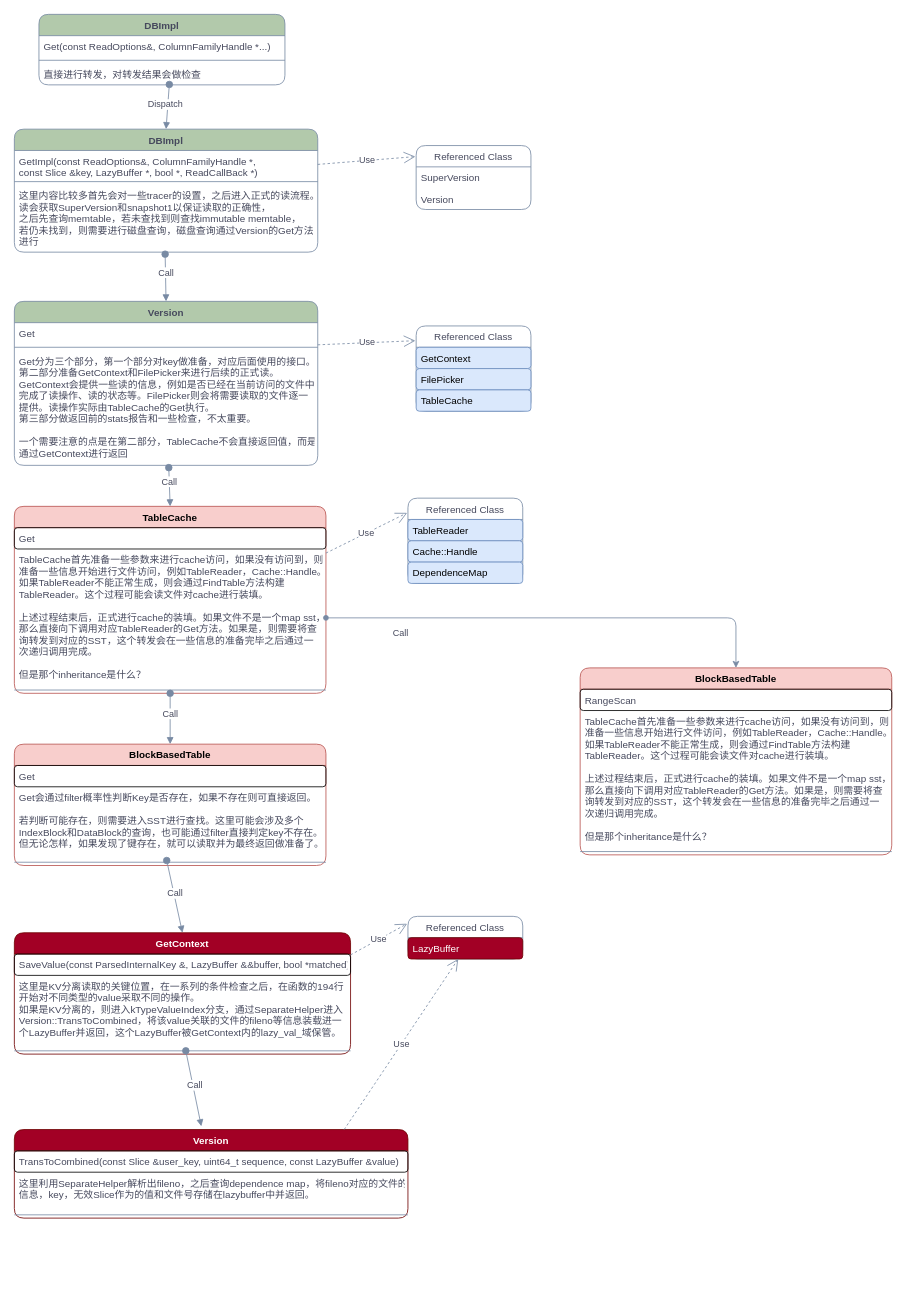
Earlier version of the draw.io diagram page "Page-1" (1 of 2) of terarkDB.drawio (Dicridon/drawio). Source tidied: cells renumbered, new cells numbered last; positions are measured from the earlier drawing's top-left corner, leaving out a move shared by most shapes. Both pictures are drawn from the tidied source at 82%, with x=0, y=0 at pixel (14, 14).
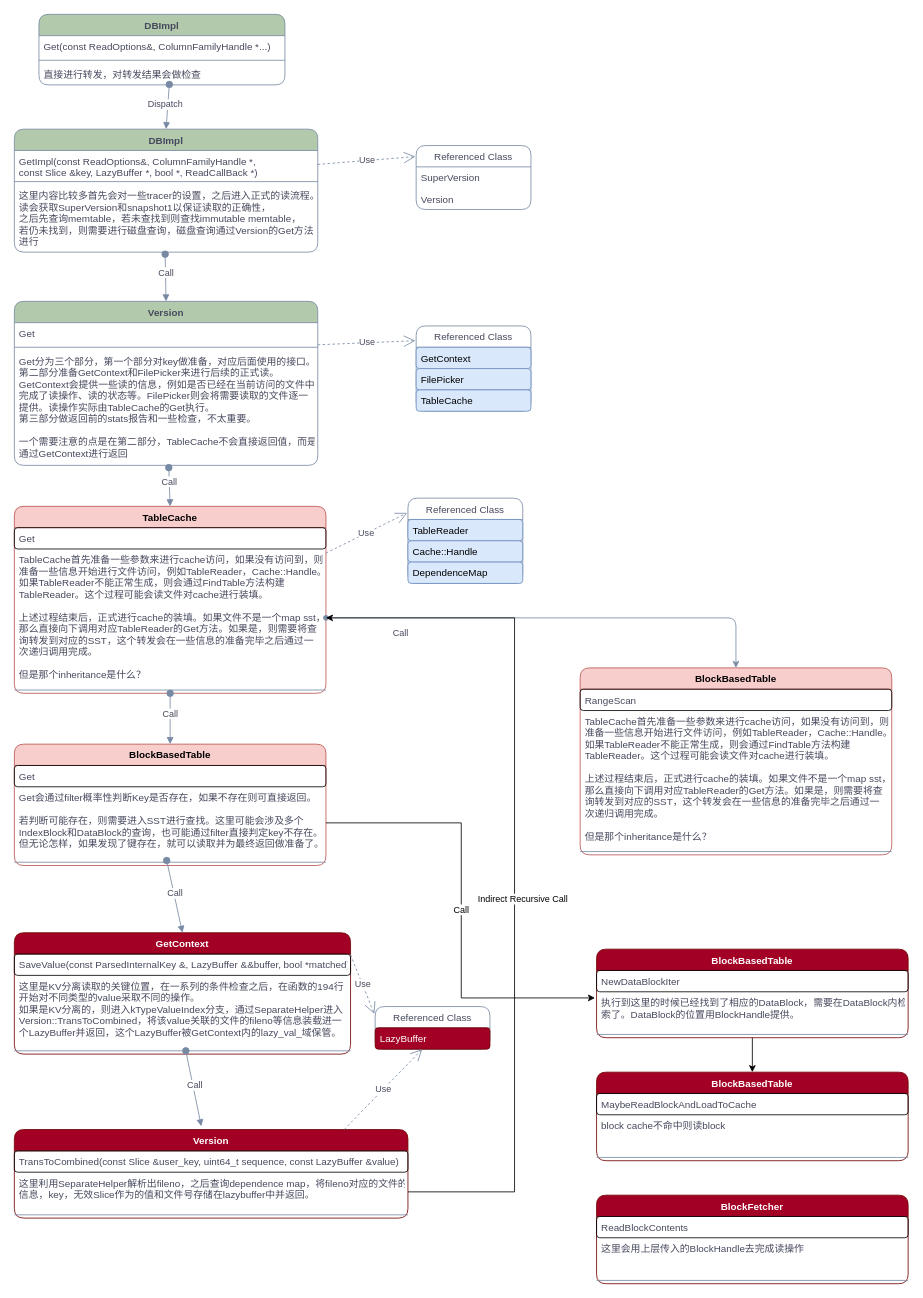
The same diagram, later.

Commit message:
完整的读流程找到了

The change refers to these unchanged cells:
```xml
<mxCell id="27" value="TableCache首先准备一些参数来进行cache访问，如果没有访问到，则&#10;准备一些信息开始进行文件访问，例如TableReader，Cache::Handle。&#10;如果TableReader不能正常生成，则会通过FindTable方法构建&#10;TableReader。这个过程可能会读文件对cache进行装填。&#10;&#10;上述过程结束后，正式进行cache的装填。如果文件不是一个map sst，&#10;那么直接向下调用对应TableReader的Get方法。如果是，则需要将查&#10;询转发到对应的SST，这个转发会在一些信息的准备完毕之后通过一&#10;次递归调用完成。&#10;&#10;但是那个inheritance是什么？" style="text;strokeColor=none;fillColor=none;align=left;verticalAlign=top;spacingLeft=4;spacingRight=4;overflow=hidden;points=[[0,0.5],[1,0.5]];portConstraint=eastwest;fontColor=#46495D;rounded=1;" parent="25" vertex="1">
  <mxGeometry y="52" width="380" height="168" as="geometry" />
</mxCell>
<mxCell id="40" value="Get会通过filter概率性判断Key是否存在，如果不存在则可直接返回。&#10;&#10;若判断可能存在，则需要进入SST进行查找。这里可能会涉及多个&#10;IndexBlock和DataBlock的查询，也可能通过filter直接判定key不存在。&#10;但无论怎样，如果发现了键存在，就可以读取并为最终返回做准备了。" style="text;strokeColor=none;fillColor=none;align=left;verticalAlign=top;spacingLeft=4;spacingRight=4;overflow=hidden;points=[[0,0.5],[1,0.5]];portConstraint=eastwest;fontColor=#46495D;rounded=1;" parent="38" vertex="1">
  <mxGeometry y="52" width="380" height="88" as="geometry" />
</mxCell>
<mxCell id="56" value="这里利用SeparateHelper解析出fileno，之后查询dependence map，将fileno对应的文件的&#10;信息，key，无效Slice作为的值和文件号存储在lazybuffer中并返回。" style="text;strokeColor=none;fillColor=none;align=left;verticalAlign=top;spacingLeft=4;spacingRight=4;overflow=hidden;points=[[0,0.5],[1,0.5]];portConstraint=eastwest;fontColor=#46495D;rounded=1;" parent="54" vertex="1">
  <mxGeometry y="52" width="480" height="48" as="geometry" />
</mxCell>
```

What changed in the source:
```diff
@@
     <mxCell id="51" value="Referenced Class" style="swimlane;fontStyle=0;horizontal=1;startSize=26;fillColor=none;strokeColor=#788AA3;fontColor=#46495D;rounded=1;" parent="1" vertex="1">
-      <mxGeometry x="480" y="1100" width="140" height="52" as="geometry" />
+      <mxGeometry x="440" y="1210" width="140" height="52" as="geometry" />
     </mxCell>
@@
+    <mxCell id="60" value="Indirect Recursive Call" style="edgeStyle=orthogonalEdgeStyle;rounded=0;jettySize=auto;html=1;exitX=1;exitY=0.5;exitDx=0;exitDy=0;entryX=1;entryY=0.5;entryDx=0;entryDy=0;" parent="1" edge="1" source="56" target="27">
+      <mxGeometry x="-0.08" y="-10" relative="1" as="geometry">
+        <Array as="points">
+          <mxPoint x="610" y="1436" />
+          <mxPoint x="610" y="736" />
+        </Array>
+        <mxPoint y="1" as="offset" />
+      </mxGeometry>
+    </mxCell>
+    <mxCell id="61" style="edgeStyle=orthogonalEdgeStyle;rounded=0;jettySize=auto;html=1;exitX=0.5;exitY=1;exitDx=0;exitDy=0;entryX=0.5;entryY=0;entryDx=0;entryDy=0;" parent="1" edge="1" source="62" target="67">
+      <mxGeometry relative="1" as="geometry" />
+    </mxCell>
+    <mxCell id="62" value="BlockBasedTable" style="swimlane;fontStyle=1;align=center;verticalAlign=top;horizontal=1;startSize=26;fillColor=#a20025;strokeColor=#6F0000;rounded=1;fontColor=#ffffff;" parent="1" vertex="1">
+      <mxGeometry x="710" y="1140" width="380" height="108" as="geometry" />
+    </mxCell>
+    <mxCell id="63" value="NewDataBlockIter" style="text;strokeColor=default;fillColor=none;align=left;verticalAlign=top;spacingLeft=4;spacingRight=4;overflow=hidden;fontColor=#46495D;rounded=1;" parent="62" vertex="1">
+      <mxGeometry y="26" width="380" height="26" as="geometry" />
+    </mxCell>
+    <mxCell id="64" value="执行到这里的时候已经找到了相应的DataBlock，需要在DataBlock内检&#10;索了。DataBlock的位置用BlockHandle提供。" style="text;strokeColor=none;fillColor=none;align=left;verticalAlign=top;spacingLeft=4;spacingRight=4;overflow=hidden;points=[[0,0.5],[1,0.5]];portConstraint=eastwest;fontColor=#46495D;rounded=1;" parent="62" vertex="1">
+      <mxGeometry y="52" width="380" height="48" as="geometry" />
+    </mxCell>
+    <mxCell id="65" style="line;strokeWidth=1;fillColor=none;align=left;verticalAlign=middle;spacingTop=-1;spacingLeft=3;spacingRight=3;labelPosition=right;strokeColor=#788AA3;fontColor=#46495D;rounded=1;" parent="62" vertex="1">
+      <mxGeometry y="100" width="380" height="8" as="geometry" />
+    </mxCell>
+    <mxCell id="66" value="Call" style="edgeStyle=orthogonalEdgeStyle;rounded=0;jettySize=auto;html=1;exitX=1;exitY=0.5;exitDx=0;exitDy=0;entryX=-0.005;entryY=0.156;entryDx=0;entryDy=0;entryPerimeter=0;" parent="1" edge="1" source="40" target="64">
+      <mxGeometry relative="1" as="geometry" />
+    </mxCell>
+    <mxCell id="67" value="BlockBasedTable" style="swimlane;fontStyle=1;align=center;verticalAlign=top;horizontal=1;startSize=26;fillColor=#a20025;strokeColor=#6F0000;rounded=1;fontColor=#ffffff;" parent="1" vertex="1">
+      <mxGeometry x="710" y="1290" width="380" height="108" as="geometry" />
+    </mxCell>
+    <mxCell id="68" value="MaybeReadBlockAndLoadToCache" style="text;strokeColor=default;fillColor=none;align=left;verticalAlign=top;spacingLeft=4;spacingRight=4;overflow=hidden;fontColor=#46495D;rounded=1;" parent="67" vertex="1">
+      <mxGeometry y="26" width="380" height="26" as="geometry" />
+    </mxCell>
+    <mxCell id="69" value="block cache不命中则读block" style="text;strokeColor=none;fillColor=none;align=left;verticalAlign=top;spacingLeft=4;spacingRight=4;overflow=hidden;fontColor=#46495D;rounded=1;" parent="67" vertex="1">
+      <mxGeometry y="52" width="380" height="48" as="geometry" />
+    </mxCell>
+    <mxCell id="70" style="line;strokeWidth=1;fillColor=none;align=left;verticalAlign=middle;spacingTop=-1;spacingLeft=3;spacingRight=3;labelPosition=right;strokeColor=#788AA3;fontColor=#46495D;rounded=1;" parent="67" vertex="1">
+      <mxGeometry y="100" width="380" height="8" as="geometry" />
+    </mxCell>
+    <mxCell id="71" value="BlockFetcher" style="swimlane;fontStyle=1;align=center;verticalAlign=top;horizontal=1;startSize=26;fillColor=#a20025;strokeColor=#6F0000;rounded=1;fontColor=#ffffff;" parent="1" vertex="1">
+      <mxGeometry x="710" y="1440" width="380" height="108" as="geometry" />
+    </mxCell>
+    <mxCell id="72" value="ReadBlockContents" style="text;strokeColor=default;fillColor=none;align=left;verticalAlign=top;spacingLeft=4;spacingRight=4;overflow=hidden;fontColor=#46495D;rounded=1;" parent="71" vertex="1">
+      <mxGeometry y="26" width="380" height="26" as="geometry" />
+    </mxCell>
+    <mxCell id="73" value="这里会用上层传入的BlockHandle去完成读操作" style="text;strokeColor=none;fillColor=none;align=left;verticalAlign=top;spacingLeft=4;spacingRight=4;overflow=hidden;fontColor=#46495D;rounded=1;" parent="71" vertex="1">
+      <mxGeometry y="52" width="380" height="48" as="geometry" />
+    </mxCell>
+    <mxCell id="74" style="line;strokeWidth=1;fillColor=none;align=left;verticalAlign=middle;spacingTop=-1;spacingLeft=3;spacingRight=3;labelPosition=right;strokeColor=#788AA3;fontColor=#46495D;rounded=1;" parent="71" vertex="1">
+      <mxGeometry y="100" width="380" height="8" as="geometry" />
+    </mxCell>
```
